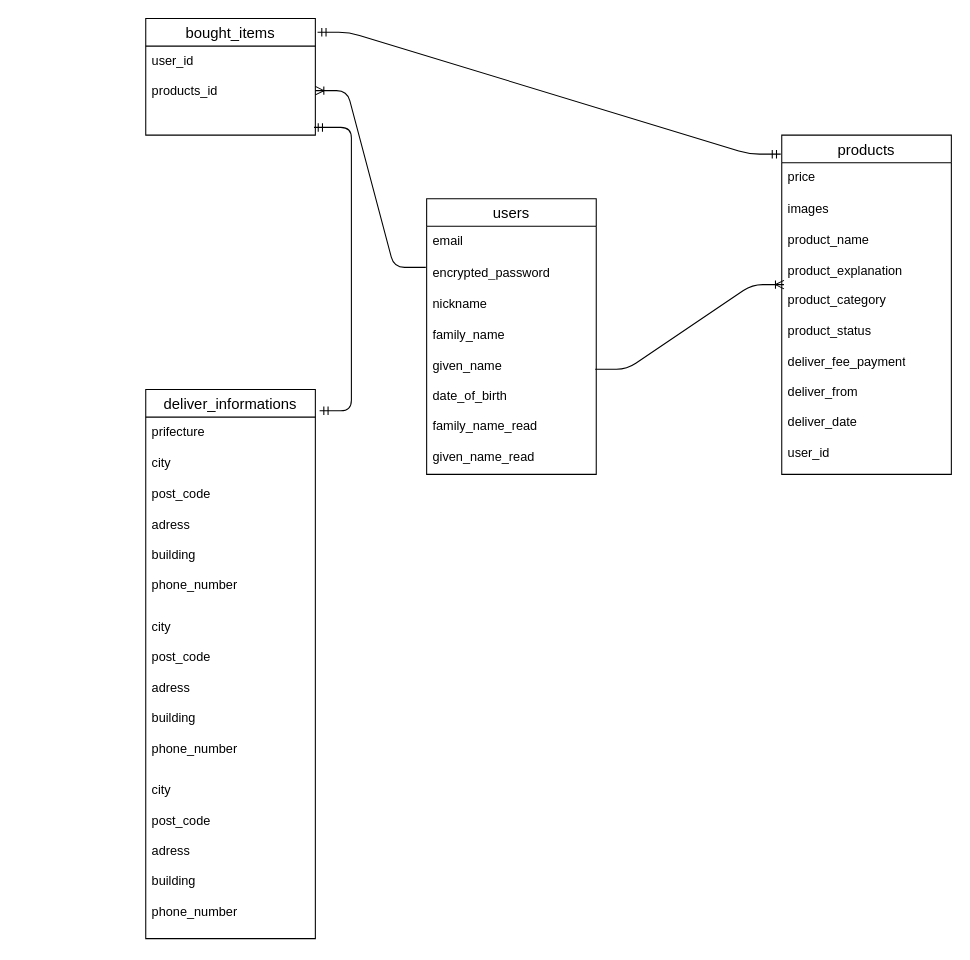
kotagau/furima-42269 keeps this draw.io diagram as db/test.dio. Above is the earlier version. Source tidied: cells renumbered, new cells numbered last; positions are measured from the earlier drawing's top-left corner, leaving out a move shared by most shapes. Both pictures are drawn from the tidied source at 106%, with x=0, y=0 at pixel (18, 18).
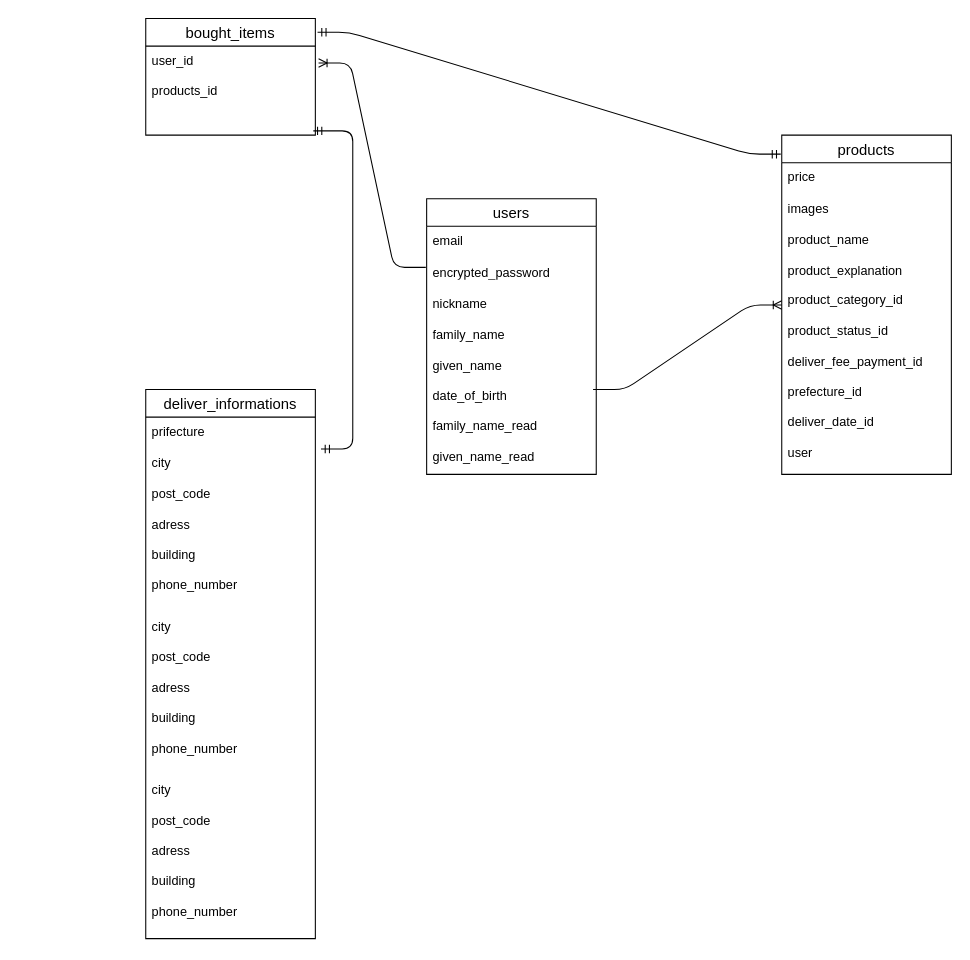
Above is the later version.

The change refers to these unchanged cells:
```xml
<mxCell id="6" value="encrypted_password" style="text;strokeColor=none;fillColor=none;spacingLeft=4;spacingRight=4;overflow=hidden;points=[[0,0.5],[1,0.5]];portConstraint=eastwest;fontSize=12;whiteSpace=wrap;html=1;" parent="4" vertex="1">
  <mxGeometry y="56" width="160" height="30" as="geometry" />
</mxCell>
<mxCell id="7" value="nickname&lt;div&gt;&lt;br&gt;&lt;/div&gt;&lt;div&gt;family_name&lt;/div&gt;&lt;div&gt;&lt;br&gt;&lt;/div&gt;&lt;div&gt;given_name&lt;/div&gt;&lt;div&gt;&lt;br&gt;&lt;/div&gt;&lt;div&gt;date_of_birth&lt;/div&gt;&lt;div&gt;&lt;br&gt;&lt;/div&gt;&lt;div&gt;family_name_read&lt;/div&gt;&lt;div&gt;&lt;br&gt;&lt;/div&gt;&lt;div&gt;given_name_read&lt;/div&gt;" style="text;strokeColor=none;fillColor=none;spacingLeft=4;spacingRight=4;overflow=hidden;points=[[0,0.5],[1,0.5]];portConstraint=eastwest;fontSize=12;whiteSpace=wrap;html=1;" parent="4" vertex="1">
  <mxGeometry y="86" width="160" height="174" as="geometry" />
</mxCell>
<mxCell id="8" value="products" style="swimlane;fontStyle=0;horizontal=1;startSize=26;align=center;fontSize=14;" parent="1" vertex="1">
  <mxGeometry x="720" y="110" width="160" height="320" as="geometry" />
</mxCell>
<mxCell id="11" value="deliver_informations" style="swimlane;fontStyle=0;horizontal=1;startSize=26;align=center;fontSize=14;" parent="1" vertex="1">
  <mxGeometry x="120" y="350" width="160" height="518" as="geometry" />
</mxCell>
<mxCell id="17" value="bought_items" style="swimlane;fontStyle=0;horizontal=1;startSize=26;align=center;fontSize=14;" parent="1" vertex="1">
  <mxGeometry x="120" width="160" height="110" as="geometry" />
</mxCell>
<mxCell id="18" value="user_id&lt;div&gt;&lt;br&gt;&lt;/div&gt;&lt;div&gt;products_id&lt;/div&gt;" style="text;strokeColor=none;fillColor=none;spacingLeft=4;spacingRight=4;overflow=hidden;points=[[0,0.5],[1,0.5]];portConstraint=eastwest;fontSize=12;whiteSpace=wrap;html=1;" parent="17" vertex="1">
  <mxGeometry y="26" width="160" height="84" as="geometry" />
</mxCell>
```

The edit, as a diff of the source:
```diff
@@
-    <mxCell id="10" value="images&lt;div&gt;&lt;br&gt;&lt;/div&gt;&lt;div&gt;product_name&lt;/div&gt;&lt;div&gt;&lt;br&gt;&lt;/div&gt;&lt;div&gt;product_explanation&lt;/div&gt;&lt;div&gt;&lt;br&gt;&lt;/div&gt;&lt;div&gt;product_category&lt;/div&gt;&lt;div&gt;&lt;br&gt;&lt;/div&gt;&lt;div&gt;product_status&lt;/div&gt;&lt;div&gt;&lt;br&gt;&lt;/div&gt;&lt;div&gt;deliver_fee_payment&lt;/div&gt;&lt;div&gt;&lt;br&gt;&lt;/div&gt;&lt;div&gt;deliver_from&lt;/div&gt;&lt;div&gt;&lt;br&gt;&lt;/div&gt;&lt;div&gt;deliver_date&lt;/div&gt;&lt;div&gt;&lt;br&gt;&lt;/div&gt;&lt;div&gt;user_id&lt;/div&gt;" style="text;strokeColor=none;fillColor=none;spacingLeft=4;spacingRight=4;overflow=hidden;points=[[0,0.5],[1,0.5]];portConstraint=eastwest;fontSize=12;whiteSpace=wrap;html=1;" parent="8" vertex="1">
+    <mxCell id="10" value="images&lt;div&gt;&lt;br&gt;&lt;/div&gt;&lt;div&gt;product_name&lt;/div&gt;&lt;div&gt;&lt;br&gt;&lt;/div&gt;&lt;div&gt;product_explanation&lt;/div&gt;&lt;div&gt;&lt;br&gt;&lt;/div&gt;&lt;div&gt;product_category_id&lt;/div&gt;&lt;div&gt;&lt;br&gt;&lt;/div&gt;&lt;div&gt;product_status_id&lt;/div&gt;&lt;div&gt;&lt;br&gt;&lt;/div&gt;&lt;div&gt;deliver_fee_payment_id&lt;/div&gt;&lt;div&gt;&lt;br&gt;&lt;/div&gt;&lt;div&gt;prefecture_id&lt;/div&gt;&lt;div&gt;&lt;br&gt;&lt;/div&gt;&lt;div&gt;deliver_date_id&lt;/div&gt;&lt;div&gt;&lt;br&gt;&lt;/div&gt;&lt;div&gt;user&lt;/div&gt;" style="text;strokeColor=none;fillColor=none;spacingLeft=4;spacingRight=4;overflow=hidden;points=[[0,0.5],[1,0.5]];portConstraint=eastwest;fontSize=12;whiteSpace=wrap;html=1;" parent="8" vertex="1">
       <mxGeometry y="56" width="160" height="264" as="geometry" />
     </mxCell>
@@
-    <mxCell id="12" style="edgeStyle=entityRelationEdgeStyle;fontSize=12;html=1;endArrow=ERmandOne;startArrow=ERmandOne;entryX=0.992;entryY=0.913;entryDx=0;entryDy=0;entryPerimeter=0;" parent="11" edge="1" target="18">
-      <mxGeometry relative="1" as="geometry">
-        <mxPoint x="164" y="20" as="sourcePoint" />
-        <Array as="points">
-          <mxPoint x="120" y="-20" />
-          <mxPoint x="-30" y="30" />
-        </Array>
-      </mxGeometry>
-    </mxCell>
@@
-    <mxCell id="20" style="edgeStyle=entityRelationEdgeStyle;fontSize=12;html=1;endArrow=ERmandOne;startArrow=ERmandOne;exitX=1.013;exitY=0.118;exitDx=0;exitDy=0;entryX=-0.006;entryY=0.056;entryDx=0;entryDy=0;entryPerimeter=0;exitPerimeter=0;" parent="1" edge="1" source="17" target="8">
+    <mxCell id="20" style="edgeStyle=entityRelationEdgeStyle;fontSize=17;html=1;endArrow=ERmandOne;startArrow=ERmandOne;exitX=1.013;exitY=0.118;exitDx=0;exitDy=0;entryX=-0.006;entryY=0.056;entryDx=0;entryDy=0;entryPerimeter=0;exitPerimeter=0;fontStyle=1;" parent="1" edge="1" source="17" target="8">
       <mxGeometry relative="1" as="geometry" />
     </mxCell>
-    <mxCell id="21" style="edgeStyle=entityRelationEdgeStyle;fontSize=12;html=1;endArrow=ERoneToMany;exitX=0.994;exitY=0.43;exitDx=0;exitDy=0;exitPerimeter=0;entryX=0.013;entryY=0.322;entryDx=0;entryDy=0;entryPerimeter=0;" parent="1" edge="1" source="7" target="10">
-      <mxGeometry relative="1" as="geometry" />
+    <mxCell id="21" style="edgeStyle=entityRelationEdgeStyle;fontSize=12;html=1;endArrow=ERoneToMany;exitX=0.994;exitY=0.43;exitDx=0;exitDy=0;exitPerimeter=0;entryX=0.013;entryY=0.322;entryDx=0;entryDy=0;entryPerimeter=0;" parent="1" edge="1">
+      <mxGeometry relative="1" as="geometry">
+        <mxPoint x="542" y="350" as="sourcePoint" />
+        <mxPoint x="720" y="270.2" as="targetPoint" />
+      </mxGeometry>
     </mxCell>
-    <mxCell id="22" style="edgeStyle=entityRelationEdgeStyle;fontSize=12;html=1;endArrow=ERoneToMany;exitX=-0.005;exitY=0.291;exitDx=0;exitDy=0;exitPerimeter=0;" parent="1" edge="1" source="6" target="18">
+    <mxCell id="22" style="edgeStyle=entityRelationEdgeStyle;fontSize=12;html=1;endArrow=ERoneToMany;exitX=-0.005;exitY=0.291;exitDx=0;exitDy=0;exitPerimeter=0;entryX=1.019;entryY=0.19;entryDx=0;entryDy=0;entryPerimeter=0;" parent="1" edge="1" source="6" target="18">
       <mxGeometry relative="1" as="geometry" />
     </mxCell>
+    <mxCell id="12" style="edgeStyle=entityRelationEdgeStyle;fontSize=12;html=1;endArrow=ERmandOne;startArrow=ERmandOne;entryX=0.988;entryY=0.952;entryDx=0;entryDy=0;entryPerimeter=0;" parent="1" edge="1" target="18">
+      <mxGeometry relative="1" as="geometry">
+        <mxPoint x="285.3" y="406" as="sourcePoint" />
+        <Array as="points">
+          <mxPoint x="241.3" y="366" />
+          <mxPoint x="91.3" y="416" />
+        </Array>
+      </mxGeometry>
+    </mxCell>
```
